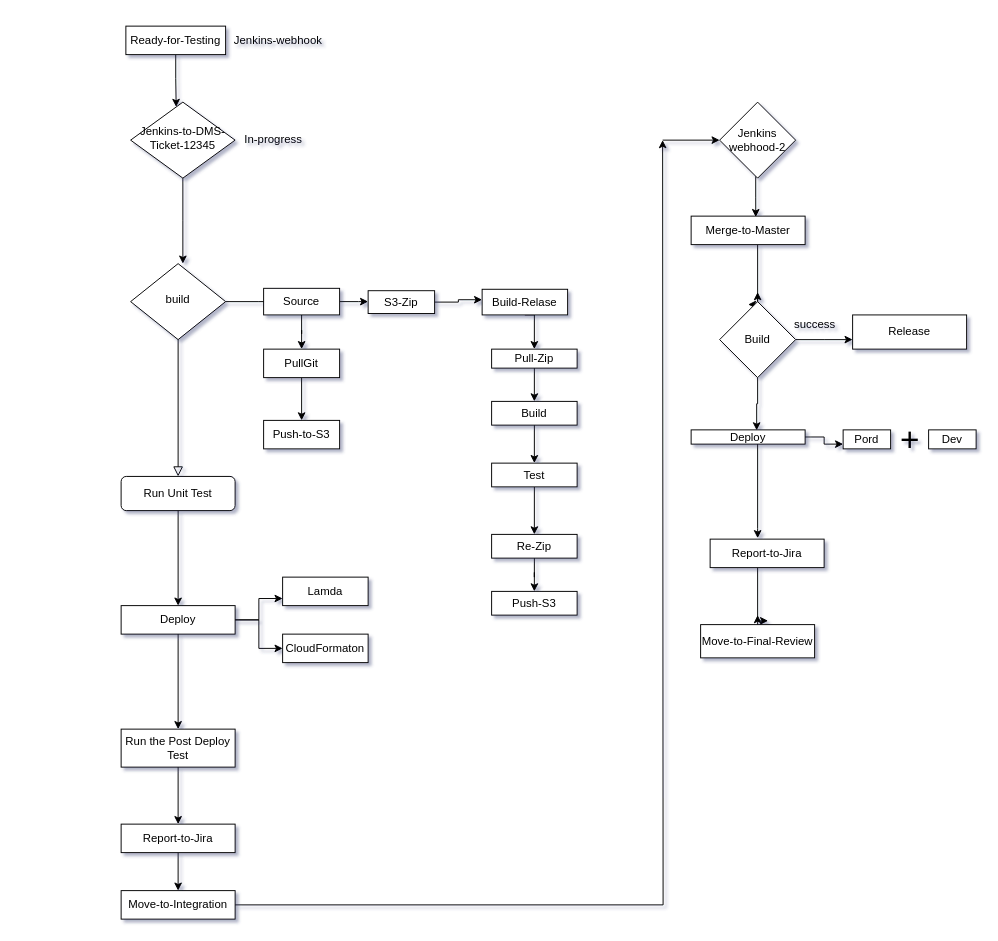
Above: Untitled Diagram.drawio in puspakhanal70726/draw.io (draw.io), before the change. Source tidied: cells renumbered, new cells numbered last; positions are measured from the earlier drawing's top-left corner, leaving out a move shared by most shapes. Both pictures are drawn from the tidied source at 95%, with x=0, y=0 at pixel (121, 26).
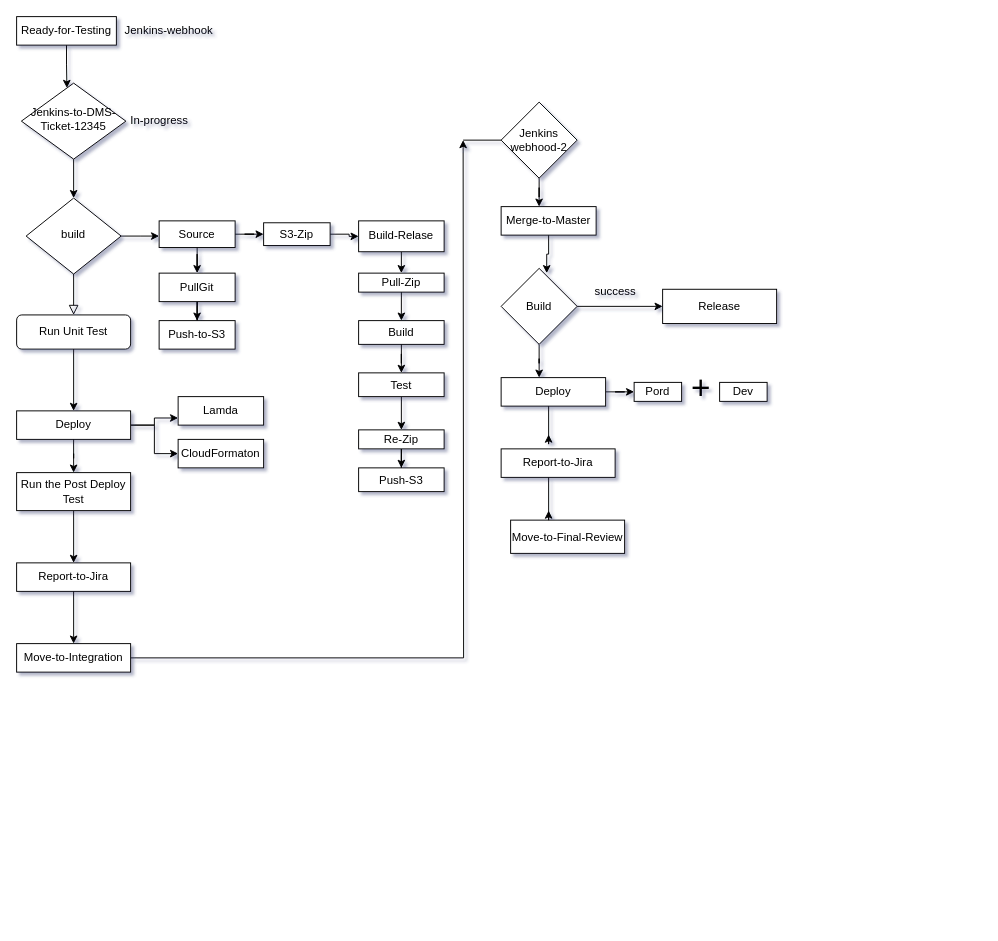
The same diagram, later.

What changed in the source:
```diff
@@
-    <mxCell id="2" style="edgeStyle=orthogonalEdgeStyle;rounded=0;jettySize=auto;html=1;" parent="1" edge="1" source="3">
-      <mxGeometry relative="1" as="geometry">
-        <mxPoint x="65" y="250" as="targetPoint" />
-      </mxGeometry>
-    </mxCell>
     <mxCell id="3" value="Jenkins-to-DMS-Ticket-12345" style="rhombus;whiteSpace=wrap;html=1;shadow=0;fontFamily=Helvetica;fontSize=12;align=center;strokeWidth=1;spacing=6;spacingTop=-4;" parent="1" vertex="1">
-      <mxGeometry x="10" y="80" width="110" height="80" as="geometry" />
+      <mxGeometry x="-105" y="60" width="110" height="80" as="geometry" />
     </mxCell>
@@
-    <mxCell id="5" style="edgeStyle=orthogonalEdgeStyle;rounded=0;jettySize=auto;html=1;" parent="1" edge="1" source="6">
-      <mxGeometry relative="1" as="geometry">
-        <mxPoint x="180" y="290" as="targetPoint" />
-      </mxGeometry>
-    </mxCell>
-    <mxCell id="6" value="build" style="rhombus;whiteSpace=wrap;html=1;shadow=0;fontFamily=Helvetica;fontSize=12;align=center;strokeWidth=1;spacing=6;spacingTop=-4;" parent="1" vertex="1">
-      <mxGeometry x="10" y="250" width="100" height="80" as="geometry" />
-    </mxCell>
@@
     <mxCell id="8" value="Run Unit Test" style="rounded=1;whiteSpace=wrap;html=1;fontSize=12;glass=0;strokeWidth=1;shadow=0;" parent="1" vertex="1">
-      <mxGeometry y="474" width="120" height="36" as="geometry" />
+      <mxGeometry x="-110" y="304" width="120" height="36" as="geometry" />
     </mxCell>
@@
     <mxCell id="12" value="Deploy" style="rounded=0;whiteSpace=wrap;html=1;" parent="1" vertex="1">
-      <mxGeometry y="610" width="120" height="30" as="geometry" />
+      <mxGeometry x="-110" y="405" width="120" height="30" as="geometry" />
     </mxCell>
@@
     <mxCell id="14" value="Ready-for-Testing" style="rounded=0;whiteSpace=wrap;html=1;" parent="1" vertex="1">
-      <mxGeometry x="5" width="105" height="30" as="geometry" />
+      <mxGeometry x="-110" y="-10" width="105" height="30" as="geometry" />
     </mxCell>
@@
     <mxCell id="16" value="Run the Post Deploy&lt;br&gt;Test" style="rounded=0;whiteSpace=wrap;html=1;" parent="1" vertex="1">
-      <mxGeometry y="740" width="120" height="40" as="geometry" />
+      <mxGeometry x="-110" y="470" width="120" height="40" as="geometry" />
     </mxCell>
@@
     <mxCell id="18" value="Report-to-Jira" style="rounded=0;whiteSpace=wrap;html=1;" parent="1" vertex="1">
-      <mxGeometry y="840" width="120" height="30" as="geometry" />
+      <mxGeometry x="-110" y="565" width="120" height="30" as="geometry" />
     </mxCell>
@@
-    <mxCell id="20" style="edgeStyle=orthogonalEdgeStyle;rounded=0;jettySize=auto;html=1;" parent="1" edge="1" source="21">
-      <mxGeometry relative="1" as="geometry">
-        <mxPoint x="260" y="290" as="targetPoint" />
-      </mxGeometry>
-    </mxCell>
+    <mxCell id="66" style="edgeStyle=orthogonalEdgeStyle;rounded=0;jettySize=auto;html=1;entryX=0;entryY=0.5;entryDx=0;entryDy=0;" parent="1" edge="1" source="21" target="54">
+      <mxGeometry relative="1" as="geometry" />
+    </mxCell>
     <mxCell id="21" value="Source" style="rounded=0;whiteSpace=wrap;html=1;" parent="1" vertex="1">
-      <mxGeometry x="150" y="276" width="80" height="28" as="geometry" />
+      <mxGeometry x="40" y="205" width="80" height="28" as="geometry" />
     </mxCell>
@@
     <mxCell id="23" value="PullGit" style="rounded=0;whiteSpace=wrap;html=1;" parent="1" vertex="1">
-      <mxGeometry x="150" y="340" width="80" height="30" as="geometry" />
+      <mxGeometry x="40" y="260" width="80" height="30" as="geometry" />
     </mxCell>
     <mxCell id="24" value="Push-to-S3" style="rounded=0;whiteSpace=wrap;html=1;" parent="1" vertex="1">
-      <mxGeometry x="150" y="415" width="80" height="30" as="geometry" />
+      <mxGeometry x="40" y="310" width="80" height="30" as="geometry" />
     </mxCell>
-    <mxCell id="25" style="edgeStyle=orthogonalEdgeStyle;rounded=0;jettySize=auto;html=1;entryX=0.567;entryY=0.033;entryDx=0;entryDy=0;entryPerimeter=0;" parent="1" edge="1" source="26" target="28">
-      <mxGeometry relative="1" as="geometry">
-        <Array as="points">
-          <mxPoint x="668" y="180" />
-          <mxPoint x="668" y="180" />
-        </Array>
-      </mxGeometry>
+    <mxCell id="25" style="edgeStyle=orthogonalEdgeStyle;rounded=0;jettySize=auto;html=1;entryX=0.4;entryY=0;entryDx=0;entryDy=0;entryPerimeter=0;" parent="1" edge="1" source="26" target="28">
+      <mxGeometry relative="1" as="geometry" />
     </mxCell>
     <mxCell id="26" value="Jenkins webhood-2" style="rhombus;whiteSpace=wrap;html=1;" parent="1" vertex="1">
-      <mxGeometry x="630" y="80" width="80" height="80" as="geometry" />
+      <mxGeometry x="400" y="80" width="80" height="80" as="geometry" />
     </mxCell>
-    <mxCell id="27" style="edgeStyle=orthogonalEdgeStyle;rounded=0;jettySize=auto;html=1;entryX=0.375;entryY=0.038;entryDx=0;entryDy=0;entryPerimeter=0;" parent="1" edge="1" source="28" target="32">
-      <mxGeometry relative="1" as="geometry">
-        <Array as="points">
-          <mxPoint x="670" y="293" />
-        </Array>
-      </mxGeometry>
+    <mxCell id="27" style="edgeStyle=orthogonalEdgeStyle;rounded=0;jettySize=auto;html=1;entryX=0.6;entryY=0.063;entryDx=0;entryDy=0;entryPerimeter=0;" parent="1" edge="1" source="28" target="32">
+      <mxGeometry relative="1" as="geometry" />
     </mxCell>
     <mxCell id="28" value="Merge-to-Master" style="rounded=0;whiteSpace=wrap;html=1;" parent="1" vertex="1">
-      <mxGeometry x="600" y="200" width="120" height="30" as="geometry" />
+      <mxGeometry x="400" y="190" width="100" height="30" as="geometry" />
     </mxCell>
-    <mxCell id="29" style="edgeStyle=orthogonalEdgeStyle;rounded=0;jettySize=auto;html=1;" parent="1" edge="1" source="32">
-      <mxGeometry relative="1" as="geometry">
-        <mxPoint x="770" y="330" as="targetPoint" />
-      </mxGeometry>
-    </mxCell>
-    <mxCell id="30" style="edgeStyle=orthogonalEdgeStyle;rounded=0;jettySize=auto;html=1;entryX=0.575;entryY=0.033;entryDx=0;entryDy=0;entryPerimeter=0;" parent="1" edge="1" source="32" target="47">
+    <mxCell id="30" style="edgeStyle=orthogonalEdgeStyle;rounded=0;jettySize=auto;html=1;entryX=0.364;entryY=0;entryDx=0;entryDy=0;entryPerimeter=0;" parent="1" edge="1" source="32" target="47">
       <mxGeometry relative="1" as="geometry" />
     </mxCell>
-    <mxCell id="31" style="edgeStyle=orthogonalEdgeStyle;rounded=0;jettySize=auto;html=1;exitX=0.5;exitY=0;exitDx=0;exitDy=0;" parent="1" edge="1" source="32">
-      <mxGeometry relative="1" as="geometry">
-        <mxPoint x="670" y="280" as="targetPoint" />
-      </mxGeometry>
-    </mxCell>
     <mxCell id="32" value="Build" style="rhombus;whiteSpace=wrap;html=1;" parent="1" vertex="1">
-      <mxGeometry x="630" y="290" width="80" height="80" as="geometry" />
+      <mxGeometry x="400" y="255" width="80" height="80" as="geometry" />
     </mxCell>
-    <mxCell id="33" style="edgeStyle=orthogonalEdgeStyle;rounded=0;jettySize=auto;html=1;exitX=0.5;exitY=0;exitDx=0;exitDy=0;" parent="1" edge="1" source="34">
-      <mxGeometry relative="1" as="geometry">
-        <mxPoint x="670" y="620" as="targetPoint" />
-      </mxGeometry>
-    </mxCell>
     <mxCell id="34" value="Move-to-Final-Review" style="rounded=0;whiteSpace=wrap;html=1;" parent="1" vertex="1">
-      <mxGeometry x="610" y="630" width="120" height="35" as="geometry" />
+      <mxGeometry x="410" y="520" width="120" height="35" as="geometry" />
     </mxCell>
-    <mxCell id="35" style="edgeStyle=orthogonalEdgeStyle;rounded=0;jettySize=auto;html=1;" parent="1" edge="1" source="36">
-      <mxGeometry relative="1" as="geometry">
-        <mxPoint x="570" y="120" as="targetPoint" />
-      </mxGeometry>
-    </mxCell>
+    <mxCell id="67" style="edgeStyle=orthogonalEdgeStyle;rounded=0;jettySize=auto;html=1;" parent="1" edge="1" source="36">
+      <mxGeometry relative="1" as="geometry">
+        <mxPoint x="360" y="120" as="targetPoint" />
+      </mxGeometry>
+    </mxCell>
     <mxCell id="36" value="Move-to-Integration" style="rounded=0;whiteSpace=wrap;html=1;" parent="1" vertex="1">
-      <mxGeometry y="910" width="120" height="30" as="geometry" />
+      <mxGeometry x="-110" y="650" width="120" height="30" as="geometry" />
     </mxCell>
     <mxCell id="37" value="In-progress" style="text;html=1;align=center;verticalAlign=middle;" parent="1" vertex="1">
-      <mxGeometry x="120" y="110" width="80" height="20" as="geometry" />
+      <mxGeometry y="90" width="80" height="20" as="geometry" />
     </mxCell>
     <mxCell id="38" value="Jenkins-webhook" style="text;html=1;align=center;verticalAlign=middle;" parent="1" vertex="1">
-      <mxGeometry x="110" y="5" width="110" height="20" as="geometry" />
+      <mxGeometry x="-5" y="-5" width="110" height="20" as="geometry" />
     </mxCell>
-    <mxCell id="39" value="success" style="text;html=1;align=center;verticalAlign=middle;" parent="1" vertex="1">
-      <mxGeometry x="700" y="304" width="60" height="20" as="geometry" />
-    </mxCell>
     <mxCell id="40" value="Dev" style="rounded=0;whiteSpace=wrap;html=1;" parent="1" vertex="1">
-      <mxGeometry x="850" y="425" width="50" height="20" as="geometry" />
+      <mxGeometry x="630" y="375" width="50" height="20" as="geometry" />
     </mxCell>
@@
     <mxCell id="42" value="&lt;font style=&quot;font-size: 35px&quot;&gt;+&lt;/font&gt;" style="text;html=1;align=center;verticalAlign=middle;" parent="1" vertex="1">
-      <mxGeometry x="810" y="420" width="40" height="30" as="geometry" />
+      <mxGeometry x="590" y="365" width="40" height="30" as="geometry" />
     </mxCell>
     <mxCell id="43" value="Lamda" style="rounded=0;whiteSpace=wrap;html=1;" parent="1" vertex="1">
-      <mxGeometry x="170" y="580" width="90" height="30" as="geometry" />
+      <mxGeometry x="60" y="390" width="90" height="30" as="geometry" />
     </mxCell>
     <mxCell id="44" value="CloudFormaton" style="rounded=0;whiteSpace=wrap;html=1;" parent="1" vertex="1">
-      <mxGeometry x="170" y="640" width="90" height="30" as="geometry" />
+      <mxGeometry x="60" y="435" width="90" height="30" as="geometry" />
     </mxCell>
+    <mxCell id="68" style="edgeStyle=orthogonalEdgeStyle;rounded=0;jettySize=auto;html=1;" parent="1" edge="1" source="47">
+      <mxGeometry relative="1" as="geometry">
+        <mxPoint x="450" y="430" as="targetPoint" />
+        <Array as="points">
+          <mxPoint x="450" y="440" />
+        </Array>
+      </mxGeometry>
+    </mxCell>
-    <mxCell id="45" style="edgeStyle=orthogonalEdgeStyle;rounded=0;jettySize=auto;html=1;exitX=1;exitY=0.5;exitDx=0;exitDy=0;entryX=0;entryY=0.75;entryDx=0;entryDy=0;" parent="1" edge="1" source="47" target="48">
+    <mxCell id="45" style="edgeStyle=orthogonalEdgeStyle;rounded=0;jettySize=auto;html=1;entryX=0;entryY=0.5;entryDx=0;entryDy=0;" parent="1" edge="1" source="47" target="48">
       <mxGeometry relative="1" as="geometry" />
     </mxCell>
-    <mxCell id="46" style="edgeStyle=orthogonalEdgeStyle;rounded=0;jettySize=auto;html=1;entryX=0.417;entryY=-0.033;entryDx=0;entryDy=0;entryPerimeter=0;" parent="1" edge="1" source="47" target="50">
-      <mxGeometry relative="1" as="geometry">
-        <Array as="points">
-          <mxPoint x="670" y="529" />
-        </Array>
-      </mxGeometry>
-    </mxCell>
     <mxCell id="47" value="Deploy" style="rounded=0;whiteSpace=wrap;html=1;" parent="1" vertex="1">
-      <mxGeometry x="600" y="425" width="120" height="15" as="geometry" />
+      <mxGeometry x="400" y="370" width="110" height="30" as="geometry" />
     </mxCell>
     <mxCell id="48" value="Pord" style="rounded=0;whiteSpace=wrap;html=1;" parent="1" vertex="1">
-      <mxGeometry x="760" y="425" width="50" height="20" as="geometry" />
+      <mxGeometry x="540" y="375" width="50" height="20" as="geometry" />
     </mxCell>
-    <mxCell id="49" style="edgeStyle=orthogonalEdgeStyle;rounded=0;jettySize=auto;html=1;entryX=0.592;entryY=-0.114;entryDx=0;entryDy=0;entryPerimeter=0;" parent="1" edge="1" source="50" target="34">
-      <mxGeometry relative="1" as="geometry">
-        <Array as="points">
-          <mxPoint x="670" y="626" />
-        </Array>
-      </mxGeometry>
-    </mxCell>
+    <mxCell id="69" style="edgeStyle=orthogonalEdgeStyle;rounded=0;jettySize=auto;html=1;" parent="1" edge="1" source="50">
+      <mxGeometry relative="1" as="geometry">
+        <mxPoint x="450" y="510" as="targetPoint" />
+        <Array as="points">
+          <mxPoint x="450" y="520" />
+        </Array>
+      </mxGeometry>
+    </mxCell>
     <mxCell id="50" value="Report-to-Jira" style="rounded=0;whiteSpace=wrap;html=1;" parent="1" vertex="1">
-      <mxGeometry x="620" y="540" width="120" height="30" as="geometry" />
+      <mxGeometry x="400" y="445" width="120" height="30" as="geometry" />
     </mxCell>
-    <mxCell id="51" value="Release" style="rounded=0;whiteSpace=wrap;html=1;" parent="1" vertex="1">
-      <mxGeometry x="770" y="304" width="120" height="36" as="geometry" />
-    </mxCell>
-    <mxCell id="52" style="endArrow=classic;html=1;entryX=0;entryY=0.5;entryDx=0;entryDy=0;" parent="1" edge="1" target="26">
-      <mxGeometry relative="1" as="geometry">
-        <mxPoint x="570" y="120" as="sourcePoint" />
-      </mxGeometry>
-    </mxCell>
-    <mxCell id="53" style="edgeStyle=orthogonalEdgeStyle;rounded=0;jettySize=auto;html=1;" parent="1" edge="1" source="54">
-      <mxGeometry relative="1" as="geometry">
-        <mxPoint x="380" y="288" as="targetPoint" />
-        <Array as="points">
-          <mxPoint x="355" y="291" />
-          <mxPoint x="355" y="288" />
-        </Array>
-      </mxGeometry>
-    </mxCell>
+    <mxCell id="70" style="edgeStyle=orthogonalEdgeStyle;rounded=0;jettySize=auto;html=1;entryX=0;entryY=0.5;entryDx=0;entryDy=0;" parent="1" edge="1" source="54" target="56">
+      <mxGeometry relative="1" as="geometry" />
+    </mxCell>
     <mxCell id="54" value="S3-Zip" style="rounded=0;whiteSpace=wrap;html=1;" parent="1" vertex="1">
-      <mxGeometry x="260" y="278.5" width="70" height="24" as="geometry" />
+      <mxGeometry x="150" y="207" width="70" height="24" as="geometry" />
     </mxCell>
-    <mxCell id="55" style="edgeStyle=orthogonalEdgeStyle;rounded=0;jettySize=auto;html=1;exitX=0.5;exitY=1;exitDx=0;exitDy=0;entryX=0.5;entryY=0;entryDx=0;entryDy=0;" parent="1" edge="1" source="56" target="58">
-      <mxGeometry relative="1" as="geometry" />
-    </mxCell>
+    <mxCell id="71" style="edgeStyle=orthogonalEdgeStyle;rounded=0;jettySize=auto;html=1;" parent="1" edge="1" source="56">
+      <mxGeometry relative="1" as="geometry">
+        <mxPoint x="295" y="260" as="targetPoint" />
+      </mxGeometry>
+    </mxCell>
     <mxCell id="56" value="Build-Relase" style="rounded=0;whiteSpace=wrap;html=1;" parent="1" vertex="1">
-      <mxGeometry x="380" y="277" width="90" height="27" as="geometry" />
+      <mxGeometry x="250" y="205" width="90" height="32.5" as="geometry" />
     </mxCell>
@@
     <mxCell id="58" value="Pull-Zip" style="rounded=0;whiteSpace=wrap;html=1;" parent="1" vertex="1">
-      <mxGeometry x="390" y="340" width="90" height="20" as="geometry" />
+      <mxGeometry x="250" y="260" width="90" height="20" as="geometry" />
     </mxCell>
@@
     <mxCell id="60" value="Build" style="rounded=0;whiteSpace=wrap;html=1;" parent="1" vertex="1">
-      <mxGeometry x="390" y="395" width="90" height="25" as="geometry" />
+      <mxGeometry x="250" y="310" width="90" height="25" as="geometry" />
     </mxCell>
-    <mxCell id="61" style="edgeStyle=orthogonalEdgeStyle;rounded=0;jettySize=auto;html=1;" parent="1" edge="1" source="62" target="64">
+    <mxCell id="61" style="edgeStyle=orthogonalEdgeStyle;rounded=0;jettySize=auto;html=1;exitX=0.5;exitY=1;exitDx=0;exitDy=0;entryX=0.5;entryY=0;entryDx=0;entryDy=0;" parent="1" edge="1" source="62" target="64">
       <mxGeometry relative="1" as="geometry" />
     </mxCell>
     <mxCell id="62" value="Test" style="rounded=0;whiteSpace=wrap;html=1;" parent="1" vertex="1">
-      <mxGeometry x="390" y="460" width="90" height="25" as="geometry" />
+      <mxGeometry x="250" y="365" width="90" height="25" as="geometry" />
     </mxCell>
@@
     <mxCell id="64" value="Re-Zip" style="rounded=0;whiteSpace=wrap;html=1;" parent="1" vertex="1">
-      <mxGeometry x="390" y="535" width="90" height="25" as="geometry" />
+      <mxGeometry x="250" y="425" width="90" height="20" as="geometry" />
     </mxCell>
     <mxCell id="65" value="Push-S3" style="rounded=0;whiteSpace=wrap;html=1;" parent="1" vertex="1">
-      <mxGeometry x="390" y="595" width="90" height="25" as="geometry" />
+      <mxGeometry x="250" y="465" width="90" height="25" as="geometry" />
     </mxCell>
+    <mxCell id="72" style="edgeStyle=orthogonalEdgeStyle;rounded=0;jettySize=auto;html=1;" parent="1" edge="1" source="6">
+      <mxGeometry relative="1" as="geometry">
+        <mxPoint x="40" y="221" as="targetPoint" />
+      </mxGeometry>
+    </mxCell>
+    <mxCell id="6" value="build" style="rhombus;whiteSpace=wrap;html=1;shadow=0;fontFamily=Helvetica;fontSize=12;align=center;strokeWidth=1;spacing=6;spacingTop=-4;" parent="1" vertex="1">
+      <mxGeometry x="-100" y="181" width="100" height="80" as="geometry" />
+    </mxCell>
+    <mxCell id="73" style="edgeStyle=orthogonalEdgeStyle;rounded=0;jettySize=auto;html=1;" parent="1" edge="1" source="3" target="6">
+      <mxGeometry relative="1" as="geometry" />
+    </mxCell>
+    <mxCell id="51" value="Release" style="rounded=0;whiteSpace=wrap;html=1;" parent="1" vertex="1">
+      <mxGeometry x="570" y="277" width="120" height="36" as="geometry" />
+    </mxCell>
+    <mxCell id="74" style="edgeStyle=orthogonalEdgeStyle;rounded=0;jettySize=auto;html=1;" parent="1" edge="1" source="32" target="51">
+      <mxGeometry relative="1" as="geometry" />
+    </mxCell>
+    <mxCell id="39" value="success" style="text;html=1;align=center;verticalAlign=middle;" parent="1" vertex="1">
+      <mxGeometry x="490" y="270" width="60" height="20" as="geometry" />
+    </mxCell>
+    <mxCell id="75" style="endArrow=none;html=1;entryX=0;entryY=0.5;entryDx=0;entryDy=0;" parent="1" edge="1" target="26">
+      <mxGeometry relative="1" as="geometry">
+        <mxPoint x="360" y="120" as="sourcePoint" />
+      </mxGeometry>
+    </mxCell>
```
